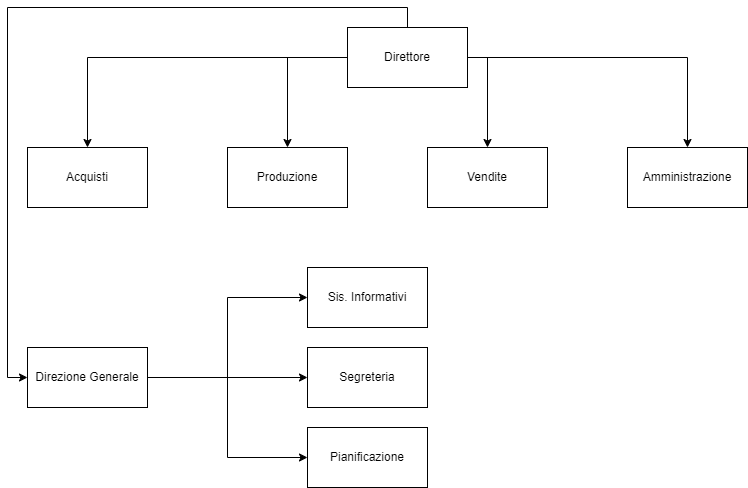
Before: Organigramma3.png, a diagram exported from draw.io (massimoty/School). Source tidied: cells renumbered, new cells last; positions are measured from the earlier drawing's top-left corner, leaving out a move shared by most shapes.
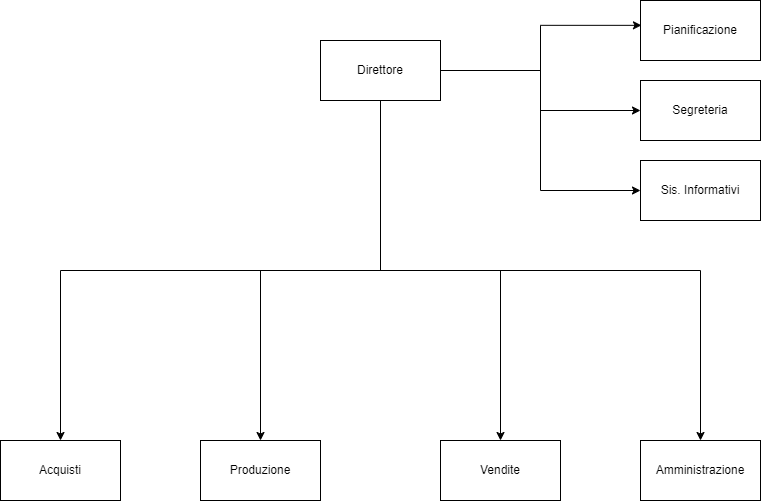
After the commit.

Change to the diagram source:
```diff
@@ -2,56 +2,50 @@
   <root>
     <mxCell id="0" />
     <mxCell id="1" parent="0" />
+    <mxCell id="19" style="edgeStyle=orthogonalEdgeStyle;rounded=0;jettySize=auto;html=1;exitX=1;exitY=0.5;exitDx=0;exitDy=0;entryX=0;entryY=0.5;entryDx=0;entryDy=0;" parent="1" edge="1" source="7" target="17">
+      <mxGeometry relative="1" as="geometry" />
+    </mxCell>
+    <mxCell id="20" style="edgeStyle=orthogonalEdgeStyle;rounded=0;jettySize=auto;html=1;exitX=1;exitY=0.5;exitDx=0;exitDy=0;entryX=0;entryY=0.5;entryDx=0;entryDy=0;" parent="1" edge="1" source="7" target="16">
+      <mxGeometry relative="1" as="geometry" />
+    </mxCell>
-    <mxCell id="2" style="edgeStyle=orthogonalEdgeStyle;rounded=0;jettySize=auto;html=1;exitX=0;exitY=0.5;exitDx=0;exitDy=0;entryX=0.5;entryY=0;entryDx=0;entryDy=0;" parent="1" edge="1" source="7" target="8">
+    <mxCell id="2" style="edgeStyle=orthogonalEdgeStyle;rounded=0;jettySize=auto;html=1;exitX=0.5;exitY=1;exitDx=0;exitDy=0;entryX=0.5;entryY=0;entryDx=0;entryDy=0;" parent="1" edge="1" source="7" target="8">
       <mxGeometry relative="1" as="geometry" />
     </mxCell>
-    <mxCell id="3" style="edgeStyle=orthogonalEdgeStyle;rounded=0;jettySize=auto;html=1;exitX=0;exitY=0.5;exitDx=0;exitDy=0;entryX=0.5;entryY=0;entryDx=0;entryDy=0;" parent="1" edge="1" source="7" target="9">
+    <mxCell id="3" style="edgeStyle=orthogonalEdgeStyle;rounded=0;jettySize=auto;html=1;exitX=0.5;exitY=1;exitDx=0;exitDy=0;entryX=0.5;entryY=0;entryDx=0;entryDy=0;" parent="1" edge="1" source="7" target="9">
       <mxGeometry relative="1" as="geometry" />
     </mxCell>
-    <mxCell id="4" style="edgeStyle=orthogonalEdgeStyle;rounded=0;jettySize=auto;html=1;exitX=1;exitY=0.5;exitDx=0;exitDy=0;entryX=0.5;entryY=0;entryDx=0;entryDy=0;" parent="1" edge="1" source="7" target="10">
+    <mxCell id="4" style="edgeStyle=orthogonalEdgeStyle;rounded=0;jettySize=auto;html=1;exitX=0.5;exitY=1;exitDx=0;exitDy=0;entryX=0.5;entryY=0;entryDx=0;entryDy=0;" parent="1" edge="1" source="7" target="10">
       <mxGeometry relative="1" as="geometry" />
     </mxCell>
-    <mxCell id="5" style="edgeStyle=orthogonalEdgeStyle;rounded=0;jettySize=auto;html=1;exitX=1;exitY=0.5;exitDx=0;exitDy=0;entryX=0.5;entryY=0;entryDx=0;entryDy=0;" parent="1" edge="1" source="7" target="11">
+    <mxCell id="5" style="edgeStyle=orthogonalEdgeStyle;rounded=0;jettySize=auto;html=1;exitX=0.5;exitY=1;exitDx=0;exitDy=0;entryX=0.5;entryY=0;entryDx=0;entryDy=0;" parent="1" edge="1" source="7" target="11">
       <mxGeometry relative="1" as="geometry" />
     </mxCell>
-    <mxCell id="6" style="edgeStyle=orthogonalEdgeStyle;rounded=0;jettySize=auto;html=1;exitX=0.5;exitY=0;exitDx=0;exitDy=0;entryX=0;entryY=0.5;entryDx=0;entryDy=0;" parent="1" edge="1" source="7" target="15">
-      <mxGeometry relative="1" as="geometry" />
-    </mxCell>
     <mxCell id="7" value="Direttore" style="rounded=0;whiteSpace=wrap;html=1;" parent="1" vertex="1">
       <mxGeometry x="320" width="120" height="60" as="geometry" />
     </mxCell>
     <mxCell id="8" value="Acquisti" style="rounded=0;whiteSpace=wrap;html=1;" parent="1" vertex="1">
-      <mxGeometry y="120" width="120" height="60" as="geometry" />
+      <mxGeometry y="400" width="120" height="60" as="geometry" />
     </mxCell>
     <mxCell id="9" value="Produzione" style="rounded=0;whiteSpace=wrap;html=1;" parent="1" vertex="1">
-      <mxGeometry x="200" y="120" width="120" height="60" as="geometry" />
+      <mxGeometry x="200" y="400" width="120" height="60" as="geometry" />
     </mxCell>
     <mxCell id="10" value="Vendite" style="rounded=0;whiteSpace=wrap;html=1;" parent="1" vertex="1">
-      <mxGeometry x="400" y="120" width="120" height="60" as="geometry" />
+      <mxGeometry x="440" y="400" width="120" height="60" as="geometry" />
     </mxCell>
     <mxCell id="11" value="Amministrazione" style="rounded=0;whiteSpace=wrap;html=1;" parent="1" vertex="1">
-      <mxGeometry x="600" y="120" width="120" height="60" as="geometry" />
+      <mxGeometry x="640" y="400" width="120" height="60" as="geometry" />
     </mxCell>
-    <mxCell id="12" style="edgeStyle=orthogonalEdgeStyle;rounded=0;jettySize=auto;html=1;exitX=1;exitY=0.5;exitDx=0;exitDy=0;entryX=0;entryY=0.5;entryDx=0;entryDy=0;" parent="1" edge="1" source="15" target="16">
-      <mxGeometry relative="1" as="geometry" />
-    </mxCell>
-    <mxCell id="13" style="edgeStyle=orthogonalEdgeStyle;rounded=0;jettySize=auto;html=1;exitX=1;exitY=0.5;exitDx=0;exitDy=0;entryX=0;entryY=0.5;entryDx=0;entryDy=0;" parent="1" edge="1" source="15" target="17">
-      <mxGeometry relative="1" as="geometry" />
-    </mxCell>
-    <mxCell id="14" style="edgeStyle=orthogonalEdgeStyle;rounded=0;jettySize=auto;html=1;exitX=1;exitY=0.5;exitDx=0;exitDy=0;entryX=0;entryY=0.5;entryDx=0;entryDy=0;" parent="1" edge="1" source="15" target="18">
-      <mxGeometry relative="1" as="geometry" />
-    </mxCell>
-    <mxCell id="15" value="Direzione Generale" style="rounded=0;whiteSpace=wrap;html=1;" parent="1" vertex="1">
-      <mxGeometry y="320" width="120" height="60" as="geometry" />
-    </mxCell>
     <mxCell id="16" value="Sis. Informativi" style="rounded=0;whiteSpace=wrap;html=1;" parent="1" vertex="1">
-      <mxGeometry x="280" y="240" width="120" height="60" as="geometry" />
+      <mxGeometry x="640" y="120" width="120" height="60" as="geometry" />
     </mxCell>
     <mxCell id="17" value="Segreteria" style="rounded=0;whiteSpace=wrap;html=1;" parent="1" vertex="1">
-      <mxGeometry x="280" y="320" width="120" height="60" as="geometry" />
+      <mxGeometry x="640" y="40" width="120" height="60" as="geometry" />
     </mxCell>
     <mxCell id="18" value="Pianificazione" style="rounded=0;whiteSpace=wrap;html=1;" parent="1" vertex="1">
-      <mxGeometry x="280" y="400" width="120" height="60" as="geometry" />
+      <mxGeometry x="640" y="-40" width="120" height="60" as="geometry" />
     </mxCell>
+    <mxCell id="21" style="edgeStyle=orthogonalEdgeStyle;rounded=0;jettySize=auto;html=1;exitX=1;exitY=0.5;exitDx=0;exitDy=0;entryX=0.008;entryY=0.414;entryDx=0;entryDy=0;entryPerimeter=0;" parent="1" edge="1" source="7" target="18">
+      <mxGeometry relative="1" as="geometry" />
+    </mxCell>
   </root>
 </mxGraphModel>
```
